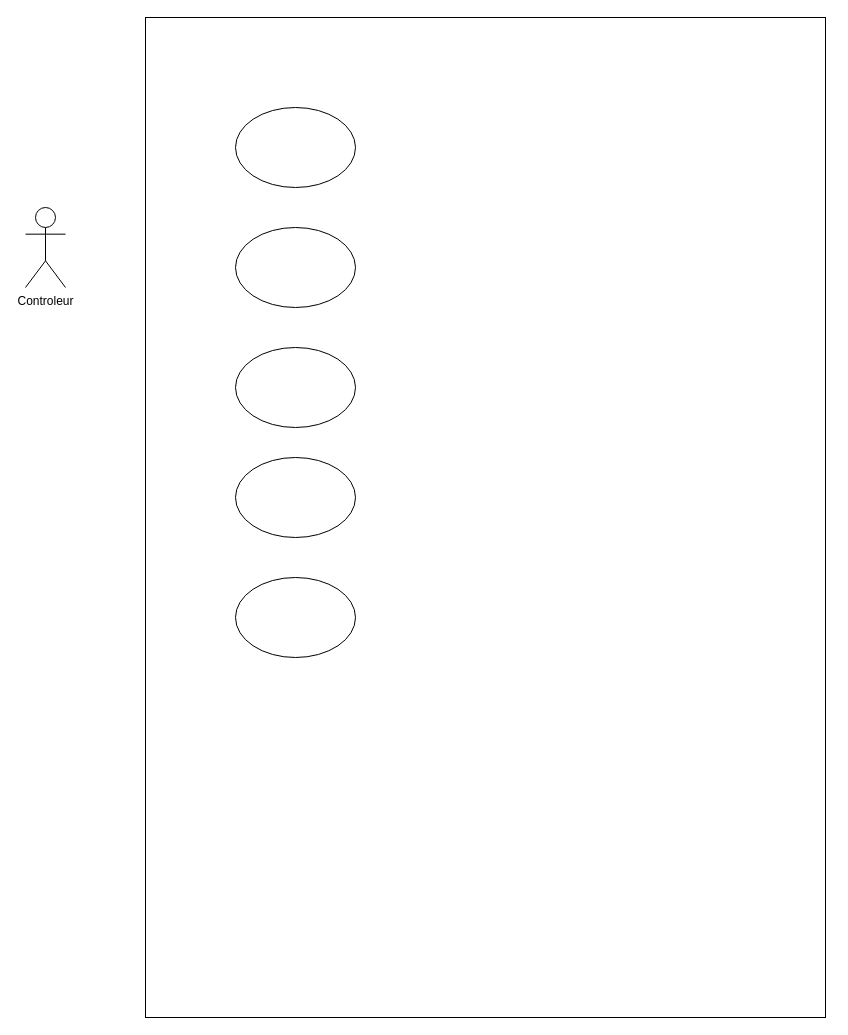
MRCThomas/testDeVerinSurBancHydraulique keeps this draw.io diagram as Analyse/Thomas/diagrammeDUtilisationThomas.drawio. Above is the earlier version. Source tidied: cells renumbered, new cells numbered last; positions are measured from the earlier drawing's top-left corner, leaving out a move shared by most shapes. Both pictures are drawn from the tidied source at 100%, with x=0, y=0 at pixel (25, 17).
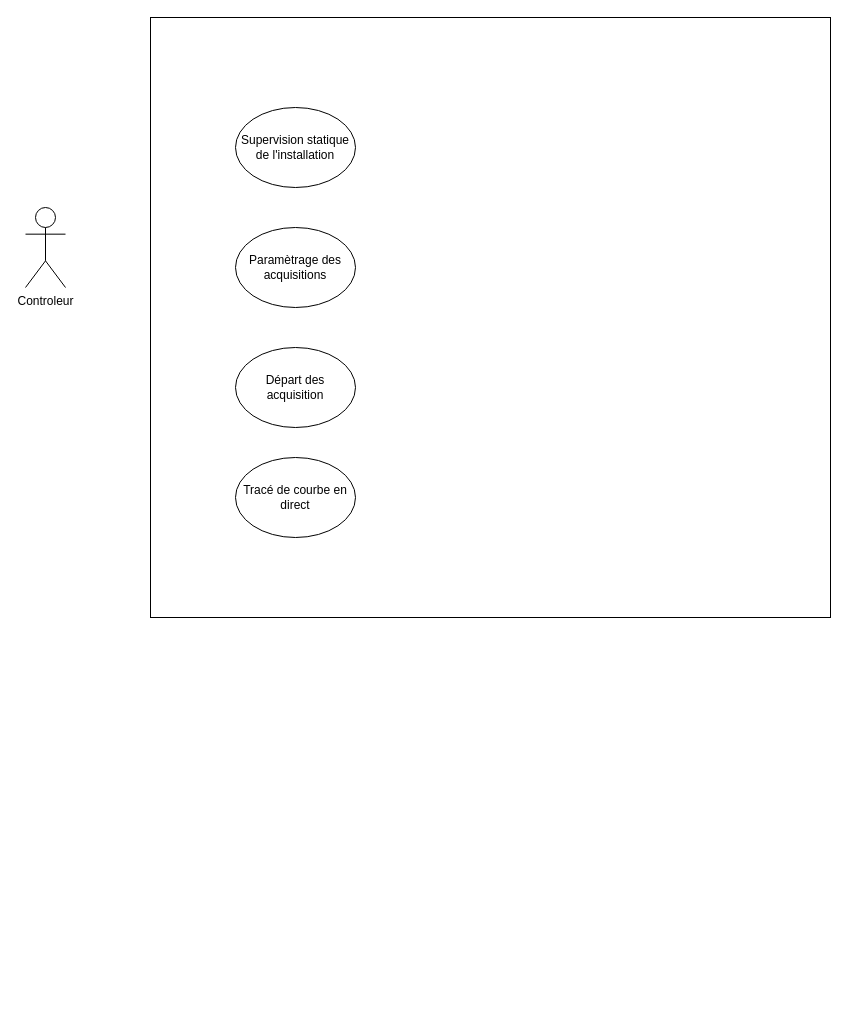
The same diagram, later.

Commit message (it also covers changes not shown here):
Commit Thomas Update UseCase

What changed in the source:
```diff
@@
 <mxGraphModel>
   <root>
     <mxCell id="0" />
     <mxCell id="1" parent="0" />
     <mxCell id="2" style="rounded=0;whiteSpace=wrap;html=1;" parent="1" vertex="1">
-      <mxGeometry x="120" width="680" height="1000" as="geometry" />
+      <mxGeometry x="125" width="680" height="600" as="geometry" />
     </mxCell>
     <mxCell id="3" value="Controleur" style="shape=umlActor;verticalLabelPosition=bottom;verticalAlign=top;html=1;" parent="1" vertex="1">
       <mxGeometry y="190" width="40" height="80" as="geometry" />
     </mxCell>
-    <mxCell id="4" style="ellipse;whiteSpace=wrap;html=1;" parent="1" vertex="1">
+    <mxCell id="4" value="Supervision statique de l'installation" style="ellipse;whiteSpace=wrap;html=1;" parent="1" vertex="1">
       <mxGeometry x="210" y="90" width="120" height="80" as="geometry" />
     </mxCell>
-    <mxCell id="5" style="ellipse;whiteSpace=wrap;html=1;" parent="1" vertex="1">
-      <mxGeometry x="210" y="560" width="120" height="80" as="geometry" />
-    </mxCell>
-    <mxCell id="6" style="ellipse;whiteSpace=wrap;html=1;" parent="1" vertex="1">
+    <mxCell id="6" value="Tracé de courbe en direct" style="ellipse;whiteSpace=wrap;html=1;" parent="1" vertex="1">
       <mxGeometry x="210" y="440" width="120" height="80" as="geometry" />
     </mxCell>
-    <mxCell id="7" style="ellipse;whiteSpace=wrap;html=1;" parent="1" vertex="1">
+    <mxCell id="7" value="Paramètrage des acquisitions" style="ellipse;whiteSpace=wrap;html=1;" parent="1" vertex="1">
       <mxGeometry x="210" y="210" width="120" height="80" as="geometry" />
     </mxCell>
-    <mxCell id="8" style="ellipse;whiteSpace=wrap;html=1;" parent="1" vertex="1">
+    <mxCell id="8" value="Départ des acquisition" style="ellipse;whiteSpace=wrap;html=1;" parent="1" vertex="1">
       <mxGeometry x="210" y="330" width="120" height="80" as="geometry" />
     </mxCell>
   </root>
 </mxGraphModel>
```
